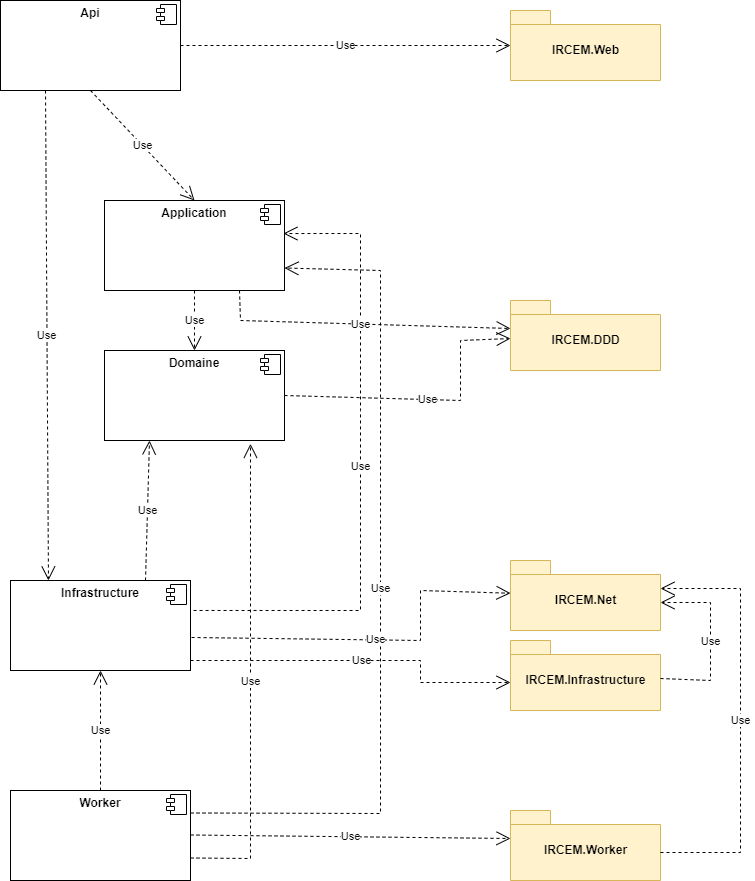
Above: dépendances projets - nugets.drawio.png in franck-gaspoz/DDD (draw.io), before the change. Source tidied: cells renumbered, new cells last; positions are measured from the earlier drawing's top-left corner, leaving out a move shared by most shapes.
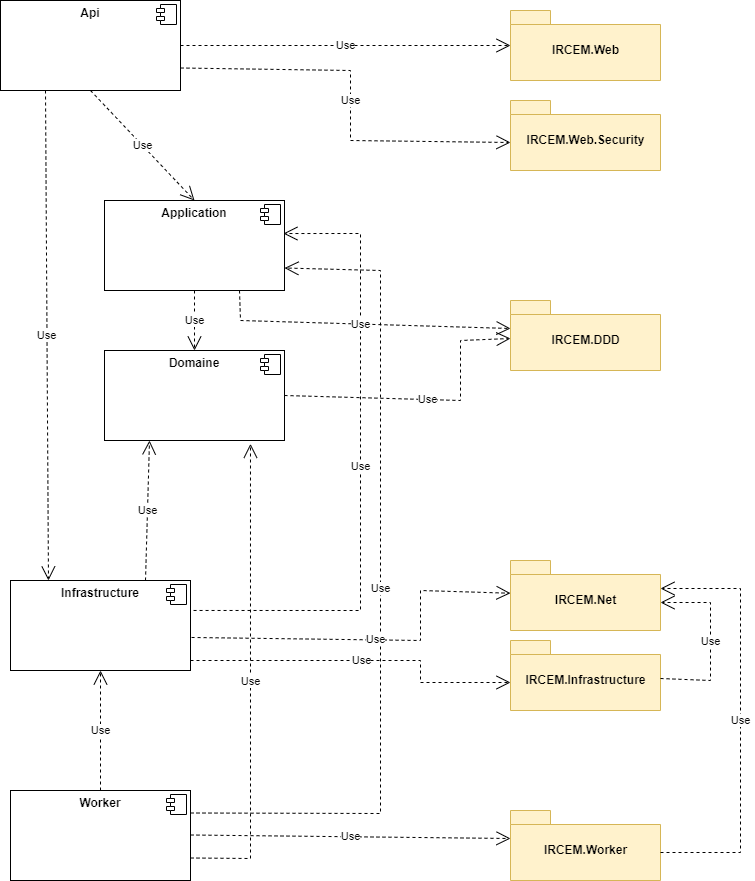
After the commit.

Diff of the diagram source:
```diff
@@ -153,5 +153,16 @@
         </Array>
       </mxGeometry>
     </mxCell>
+    <mxCell id="33" value="IRCEM.Web.Security&lt;br&gt;" style="shape=folder;fontStyle=1;spacingTop=10;tabWidth=40;tabHeight=14;tabPosition=left;html=1;fillColor=#fff2cc;strokeColor=#d6b656;" parent="1" vertex="1">
+      <mxGeometry x="510" y="100" width="150" height="70" as="geometry" />
+    </mxCell>
+    <mxCell id="34" value="Use" style="endArrow=open;endSize=12;dashed=1;html=1;rounded=0;exitX=1;exitY=0.75;exitDx=0;exitDy=0;entryX=0;entryY=0;entryDx=0;entryDy=42;entryPerimeter=0;" parent="1" edge="1" source="2" target="33">
+      <mxGeometry relative="1" as="geometry">
+        <Array as="points">
+          <mxPoint x="350" y="70" />
+          <mxPoint x="350" y="140" />
+        </Array>
+      </mxGeometry>
+    </mxCell>
   </root>
 </mxGraphModel>
```
